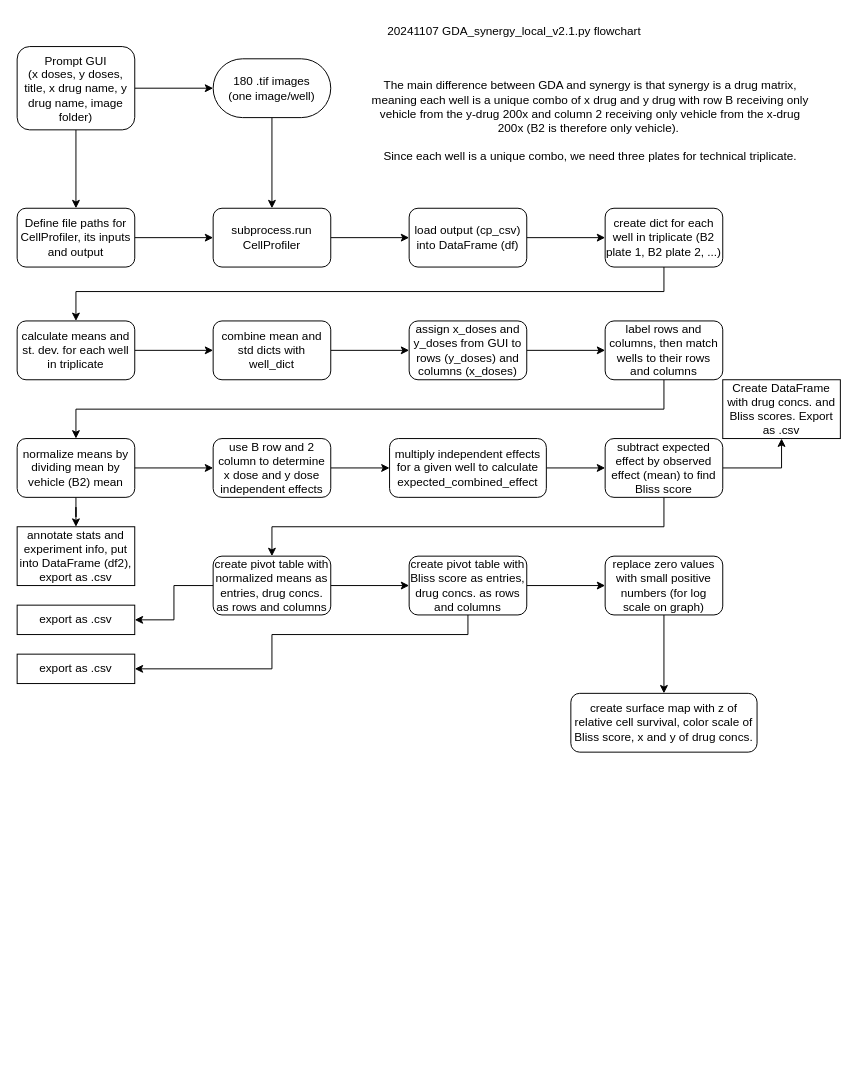
The draw.io diagram synergy_flowchart.drawio in bindralab/CellPyAbility, before the edit. Source tidied: cells renumbered, new cells numbered last; positions are measured from the earlier drawing's top-left corner, leaving out a move shared by most shapes. Both pictures are drawn from the tidied source at 98%, with x=0, y=0 at pixel (17, 17).
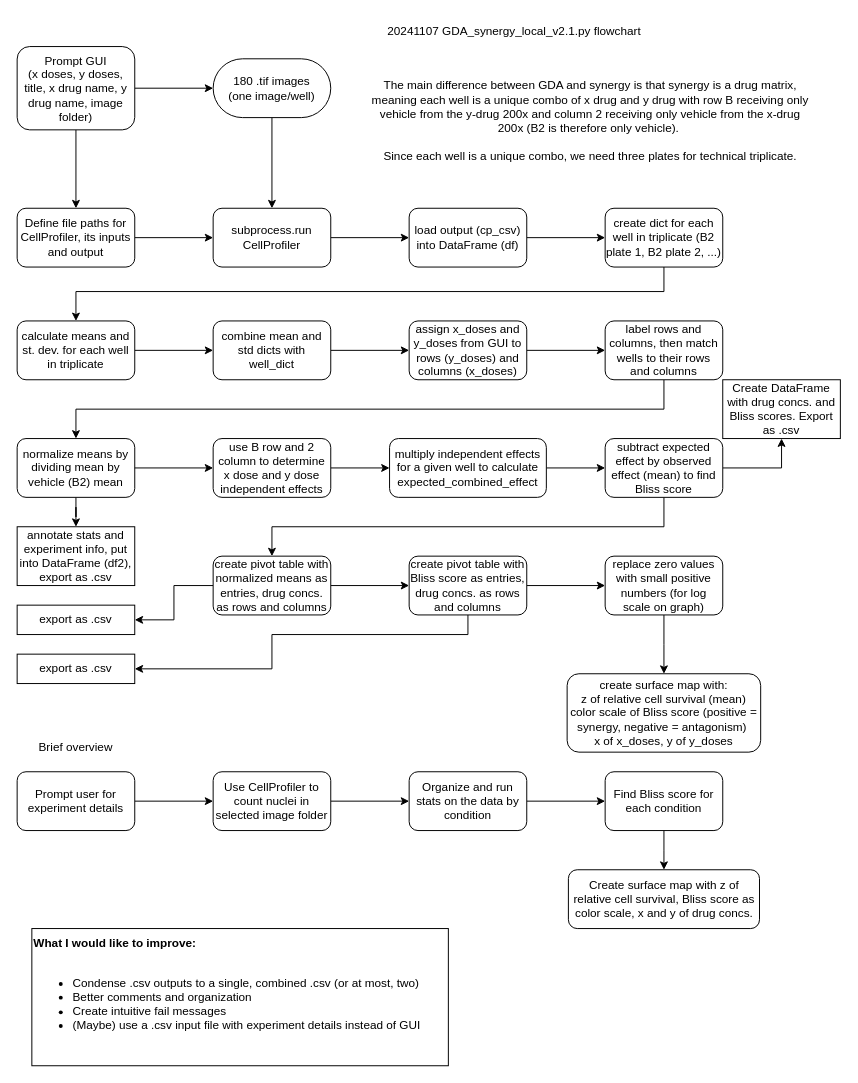
After the change.

Commit message:
updated synergy_flowchart.drawio to have a brief overview and improvements section

Change to the diagram source:
```diff
@@
-    <mxCell id="47" value="create surface map with z of relative cell survival, color scale of Bliss score, x and y of drug concs." style="whiteSpace=wrap;html=1;rounded=1;" parent="1" vertex="1">
-      <mxGeometry x="565" y="690" width="190" height="60" as="geometry" />
+    <mxCell id="47" value="&lt;div&gt;create surface map with:&lt;/div&gt;&lt;div&gt;&amp;nbsp;z of relative cell survival (mean)&amp;nbsp;&lt;/div&gt;&lt;div&gt;color scale of Bliss score (positive = synergy, negative = antagonism)&amp;nbsp;&lt;/div&gt;&lt;div&gt;x of x_doses, y of y_doses&lt;/div&gt;" style="whiteSpace=wrap;html=1;rounded=1;" parent="1" vertex="1">
+      <mxGeometry x="561.2" y="670" width="197.5" height="80" as="geometry" />
     </mxCell>
+    <mxCell id="48" style="edgeStyle=orthogonalEdgeStyle;rounded=0;jettySize=auto;html=1;" parent="1" edge="1" source="49" target="52">
+      <mxGeometry relative="1" as="geometry" />
+    </mxCell>
+    <mxCell id="49" value="Prompt user for experiment details" style="rounded=1;whiteSpace=wrap;html=1;" parent="1" vertex="1">
+      <mxGeometry y="770" width="120" height="60" as="geometry" />
+    </mxCell>
+    <mxCell id="50" value="Brief overview" style="text;html=1;align=center;verticalAlign=middle;whiteSpace=wrap;rounded=0;" parent="1" vertex="1">
+      <mxGeometry x="15" y="730" width="90" height="30" as="geometry" />
+    </mxCell>
+    <mxCell id="51" style="edgeStyle=orthogonalEdgeStyle;rounded=0;jettySize=auto;html=1;" parent="1" edge="1" source="52" target="54">
+      <mxGeometry relative="1" as="geometry" />
+    </mxCell>
+    <mxCell id="52" value="Use CellProfiler to count nuclei in selected image folder" style="whiteSpace=wrap;html=1;rounded=1;" parent="1" vertex="1">
+      <mxGeometry x="200" y="770" width="120" height="60" as="geometry" />
+    </mxCell>
+    <mxCell id="53" style="edgeStyle=orthogonalEdgeStyle;rounded=0;jettySize=auto;html=1;" parent="1" edge="1" source="54" target="56">
+      <mxGeometry relative="1" as="geometry" />
+    </mxCell>
+    <mxCell id="54" value="Organize and run stats on the data by condition" style="whiteSpace=wrap;html=1;rounded=1;" parent="1" vertex="1">
+      <mxGeometry x="400" y="770" width="120" height="60" as="geometry" />
+    </mxCell>
+    <mxCell id="55" style="edgeStyle=orthogonalEdgeStyle;rounded=0;jettySize=auto;html=1;" parent="1" edge="1" source="56" target="57">
+      <mxGeometry relative="1" as="geometry">
+        <Array as="points">
+          <mxPoint x="660" y="850" />
+          <mxPoint x="660" y="850" />
+        </Array>
+      </mxGeometry>
+    </mxCell>
+    <mxCell id="56" value="Find Bliss score for each condition" style="whiteSpace=wrap;html=1;rounded=1;" parent="1" vertex="1">
+      <mxGeometry x="600" y="770" width="120" height="60" as="geometry" />
+    </mxCell>
+    <mxCell id="57" value="Create surface map with z of relative cell survival, Bliss score as color scale, x and y of drug concs." style="whiteSpace=wrap;html=1;rounded=1;" parent="1" vertex="1">
+      <mxGeometry x="562.5" y="870" width="195" height="60" as="geometry" />
+    </mxCell>
+    <mxCell id="58" value="&lt;div align=&quot;left&quot;&gt;&lt;b&gt;What I would like to improve:&lt;/b&gt;&lt;/div&gt;&lt;div align=&quot;left&quot;&gt;&lt;b&gt;&lt;br&gt;&lt;/b&gt;&lt;/div&gt;&lt;div align=&quot;left&quot;&gt;&lt;ul&gt;&lt;li&gt;Condense .csv outputs to a single, combined .csv (or at most, two)&lt;br&gt;&lt;/li&gt;&lt;li&gt;Better comments and organization&lt;br&gt;&lt;/li&gt;&lt;li&gt;Create intuitive fail messages&lt;/li&gt;&lt;li&gt;(Maybe) use a .csv input file with experiment details instead of GUI&lt;/li&gt;&lt;/ul&gt;&lt;/div&gt;&lt;div&gt;&lt;br&gt;&lt;/div&gt;" style="rounded=0;whiteSpace=wrap;html=1;align=left;" parent="1" vertex="1">
+      <mxGeometry x="15" y="930" width="425" height="140" as="geometry" />
+    </mxCell>
```
